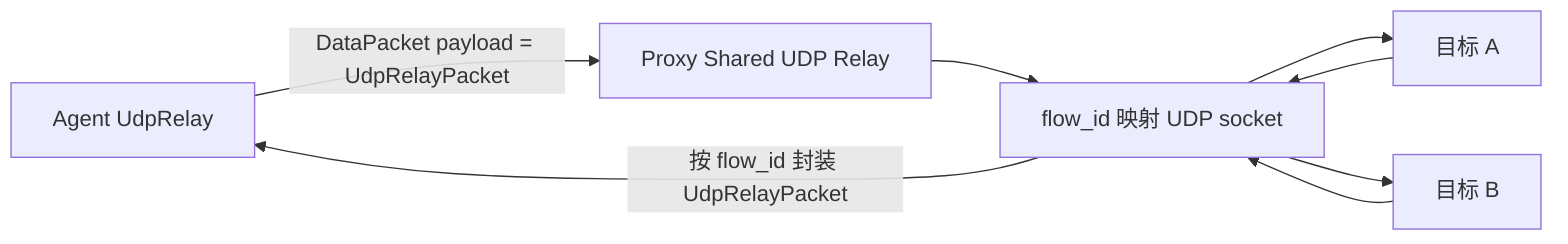
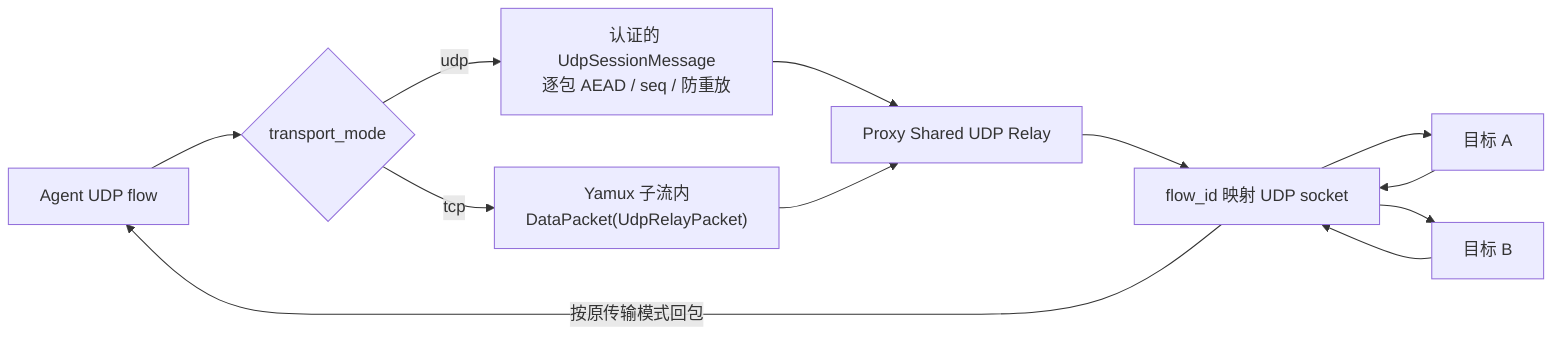
flowchart LR
-     Agent["Agent UdpRelay"] -->|"DataPacket payload = UdpRelayPacket"| Proxy["Proxy Shared UDP Relay"]
+     Agent["Agent UDP flow"] --> Mode{"transport_mode"}
+     Mode -->|"udp"| Native["认证的 UdpSessionMessage<br/>逐包 AEAD / seq / 防重放"]
+     Mode -->|"tcp"| Yamux["Yamux 子流内<br/>DataPacket(UdpRelayPacket)"]
+     Native --> Proxy["Proxy Shared UDP Relay"]
+     Yamux --> Proxy
    Proxy --> Table["flow_id 映射 UDP socket"]
    Table --> TargetA["目标 A"]
    Table --> TargetB["目标 B"]
    TargetA --> Table
    TargetB --> Table
-     Table -->|"按 flow_id 封装 UdpRelayPacket"| Agent
+     Table -->|"按原传输模式回包"| Agent
